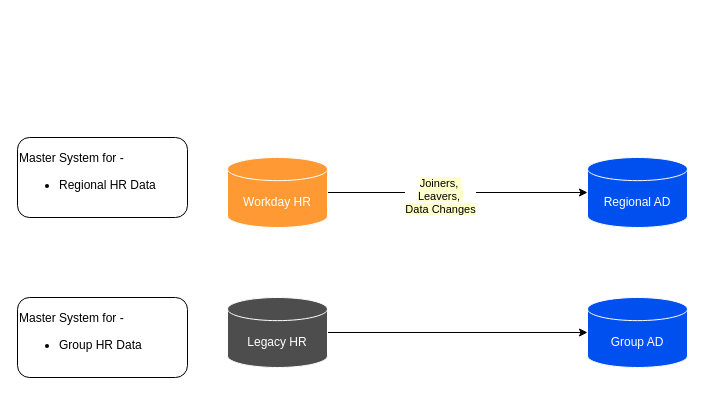
Above: KARNOV.drawio in sandyaroma/sandyaroma (draw.io), before the change. Source tidied: cells renumbered, new cells numbered last; positions are measured from the earlier drawing's top-left corner, leaving out a move shared by most shapes. Both pictures are drawn from the tidied source at 100%, with x=0, y=0 at pixel (17, 137). Pictures stored in the file or linked from it are replaced by grey dashed boxes.
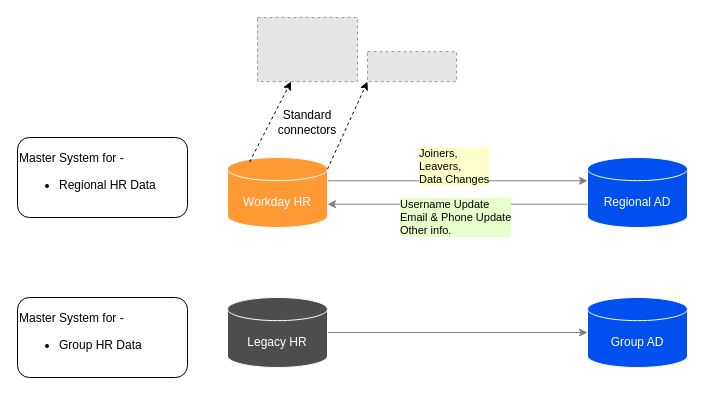
Above is the later version.

The change refers to these unchanged cells:
```xml
<mxCell id="4" value="&lt;font color=&quot;#ffffff&quot;&gt;Workday HR&lt;/font&gt;" style="shape=cylinder3;whiteSpace=wrap;html=1;boundedLbl=1;backgroundOutline=1;size=11.56951904296875;fillColor=#FF9933;strokeColor=#FFFFFF;" parent="1" vertex="1">
  <mxGeometry x="210" y="20" width="100" height="70" as="geometry" />
</mxCell>
<mxCell id="5" value="&lt;font color=&quot;#ffffff&quot;&gt;Regional AD&lt;/font&gt;" style="shape=cylinder3;whiteSpace=wrap;html=1;boundedLbl=1;backgroundOutline=1;size=11.56951904296875;fillColor=#0050ef;strokeColor=#FFFFFF;fontColor=#ffffff;" parent="1" vertex="1">
  <mxGeometry x="570" y="20" width="100" height="70" as="geometry" />
</mxCell>
<mxCell id="6" value="&lt;font color=&quot;#ffffff&quot;&gt;Group AD&lt;/font&gt;" style="shape=cylinder3;whiteSpace=wrap;html=1;boundedLbl=1;backgroundOutline=1;size=11.56951904296875;fillColor=#0050ef;strokeColor=#FFFFFF;fontColor=#ffffff;" parent="1" vertex="1">
  <mxGeometry x="570" y="160" width="100" height="70" as="geometry" />
</mxCell>
<mxCell id="8" value="&lt;font color=&quot;#ffffff&quot;&gt;Legacy HR&lt;/font&gt;" style="shape=cylinder3;whiteSpace=wrap;html=1;boundedLbl=1;backgroundOutline=1;size=11.56951904296875;fillColor=#4D4D4D;strokeColor=#FFFFFF;" parent="1" vertex="1">
  <mxGeometry x="210" y="160" width="100" height="70" as="geometry" />
</mxCell>
```

Diff of the diagram source:
```diff
@@
-    <mxCell id="2" style="edgeStyle=orthogonalEdgeStyle;rounded=0;jettySize=auto;html=1;" parent="1" edge="1" source="4">
-      <mxGeometry relative="1" as="geometry">
-        <mxPoint x="570" y="55" as="targetPoint" />
-      </mxGeometry>
+    <mxCell id="2" style="edgeStyle=orthogonalEdgeStyle;rounded=0;jettySize=auto;html=1;exitX=1;exitY=0;exitDx=0;exitDy=23.284759521484375;exitPerimeter=0;entryX=0;entryY=0;entryDx=0;entryDy=23.284759521484375;entryPerimeter=0;strokeColor=#808080;" parent="1" edge="1" source="4" target="5">
+      <mxGeometry relative="1" as="geometry" />
     </mxCell>
-    <mxCell id="3" value="&lt;span style=&quot;background-color: rgb(255, 255, 204);&quot;&gt;Joiners,&amp;nbsp;&lt;/span&gt;&lt;div&gt;&lt;span style=&quot;background-color: rgb(255, 255, 204);&quot;&gt;Leavers,&amp;nbsp;&lt;/span&gt;&lt;/div&gt;&lt;div&gt;&lt;span style=&quot;background-color: rgb(255, 255, 204);&quot;&gt;Data Changes&lt;/span&gt;&lt;/div&gt;" style="edgeLabel;html=1;align=center;verticalAlign=middle;" parent="2" vertex="1">
-      <mxGeometry x="-0.14" y="-3" relative="1" as="geometry" />
+    <mxCell id="3" value="Joiners,&amp;nbsp;&lt;div&gt;Leavers,&amp;nbsp;&lt;/div&gt;&lt;div&gt;Data Changes&lt;/div&gt;" style="edgeLabel;html=1;align=left;verticalAlign=middle;labelBackgroundColor=#FFFFCC;" parent="2" vertex="1">
+      <mxGeometry x="-0.14" y="-3" relative="1" as="geometry">
+        <mxPoint x="-22" y="-18" as="offset" />
+      </mxGeometry>
     </mxCell>
@@
-    <mxCell id="7" style="edgeStyle=orthogonalEdgeStyle;rounded=0;jettySize=auto;html=1;" parent="1" edge="1" source="8" target="6">
+    <mxCell id="7" style="edgeStyle=orthogonalEdgeStyle;rounded=0;jettySize=auto;html=1;strokeColor=#808080;" parent="1" edge="1" source="8" target="6">
       <mxGeometry relative="1" as="geometry" />
     </mxCell>
@@
+    <mxCell id="11" style="fillColor=#E6E6E6;strokeColor=#999999;dashed=1;verticalLabelPosition=bottom;labelBackgroundColor=default;verticalAlign=top;" parent="1" vertex="1">
+      <mxGeometry x="240" y="-120" width="100" height="64.1" as="geometry" />
+    </mxCell>
+    <mxCell id="12" style="fillColor=#E6E6E6;strokeColor=#999999;dashed=1;verticalLabelPosition=bottom;labelBackgroundColor=default;verticalAlign=top;" parent="1" vertex="1">
+      <mxGeometry x="350" y="-85.9" width="89.1" height="30" as="geometry" />
+    </mxCell>
+    <mxCell id="13" style="endArrow=classic;html=1;rounded=0;dashed=1;entryX=0;entryY=1;entryDx=0;entryDy=0;exitX=1;exitY=0;exitDx=0;exitDy=11.56951904296875;exitPerimeter=0;" parent="1" edge="1" source="4" target="12">
+      <mxGeometry relative="1" as="geometry" />
+    </mxCell>
+    <mxCell id="14" style="endArrow=classic;html=1;rounded=0;dashed=1;exitX=0.221;exitY=0.064;exitDx=0;exitDy=0;exitPerimeter=0;" parent="1" edge="1" source="4" target="11">
+      <mxGeometry relative="1" as="geometry" />
+    </mxCell>
+    <mxCell id="15" value="Standard&lt;div&gt;connectors&lt;/div&gt;" style="text;html=1;align=center;verticalAlign=middle;whiteSpace=wrap;rounded=0;" parent="1" vertex="1">
+      <mxGeometry x="260" y="-30" width="60" height="30" as="geometry" />
+    </mxCell>
+    <mxCell id="16" style="edgeStyle=orthogonalEdgeStyle;rounded=1;jettySize=auto;html=1;exitX=0;exitY=0;exitDx=0;exitDy=46.715240478515625;exitPerimeter=0;entryX=1;entryY=0;entryDx=0;entryDy=46.715240478515625;entryPerimeter=0;curved=0;strokeColor=#808080;" parent="1" edge="1" source="5" target="4">
+      <mxGeometry relative="1" as="geometry">
+        <Array as="points">
+          <mxPoint x="480" y="67" />
+          <mxPoint x="480" y="67" />
+        </Array>
+      </mxGeometry>
+    </mxCell>
+    <mxCell id="17" value="Username Update&lt;div&gt;Email &amp;amp; Phone Update&lt;/div&gt;&lt;div&gt;Other info.&lt;/div&gt;" style="edgeLabel;html=1;align=left;verticalAlign=middle;labelBackgroundColor=#E6FFCC;" parent="16" vertex="1">
+      <mxGeometry x="0.14" y="3" relative="1" as="geometry">
+        <mxPoint x="-41" y="10" as="offset" />
+      </mxGeometry>
+    </mxCell>
```
